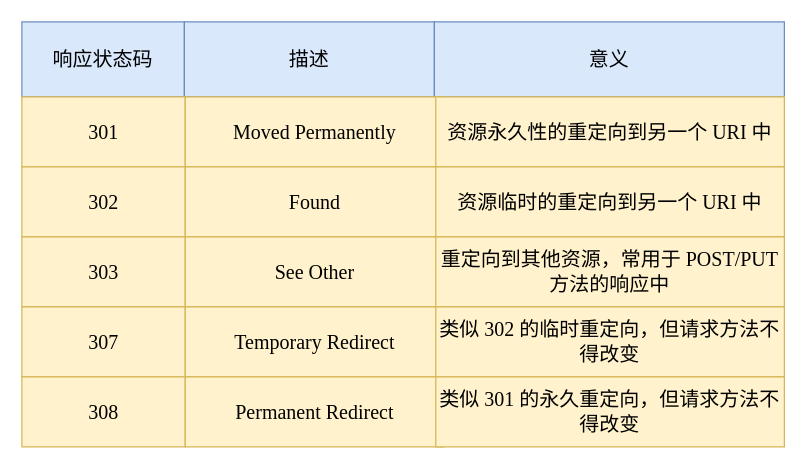
xiaolincoder/ImageHost4 keeps this draw.io diagram as 网络/http1.1优化/重定向响应码.drawio. Above is the earlier version. Source tidied: cells renumbered, new cells numbered last; positions are measured from the earlier drawing's top-left corner, leaving out a move shared by most shapes. Both pictures are drawn from the tidied source at 125%, with x=0, y=0 at pixel (21, 21).
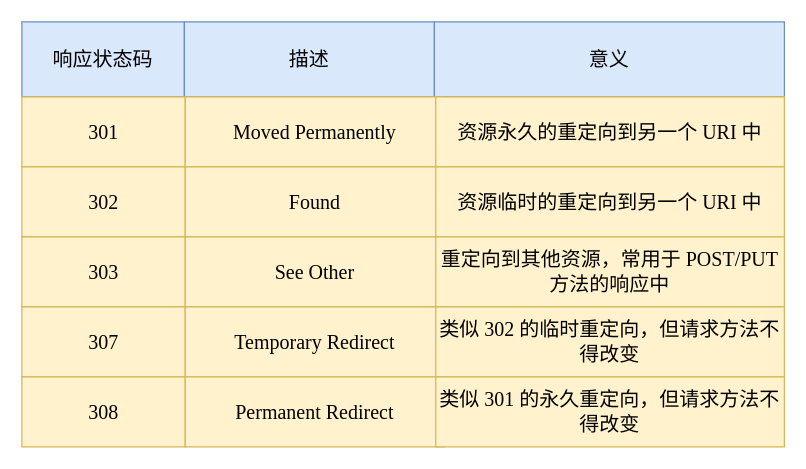
The same page after the edit.

Commit message (it also covers changes not shown here):
更新重定向响应码.drawio

Unchanged cells that the change refers to:
```xml
<mxCell id="5" style="group;" parent="1" vertex="1">
  <mxGeometry y="60" width="610" height="280" as="geometry" />
</mxCell>
```

Diff of the diagram source:
```diff
@@
-    <mxCell id="16" value="资源永久性的重定向到另一个 URI 中" style="rounded=0;whiteSpace=wrap;fontSize=16;fontFamily=Times New Roman;html=1;fillColor=#fff2cc;strokeColor=#d6b656;" parent="5" vertex="1">
+    <mxCell id="16" value="资源永久的重定向到另一个 URI 中" style="rounded=0;whiteSpace=wrap;fontSize=16;fontFamily=Times New Roman;html=1;fillColor=#fff2cc;strokeColor=#d6b656;" parent="5" vertex="1">
       <mxGeometry x="331.1" width="278.9" height="56" as="geometry" />
     </mxCell>
```
